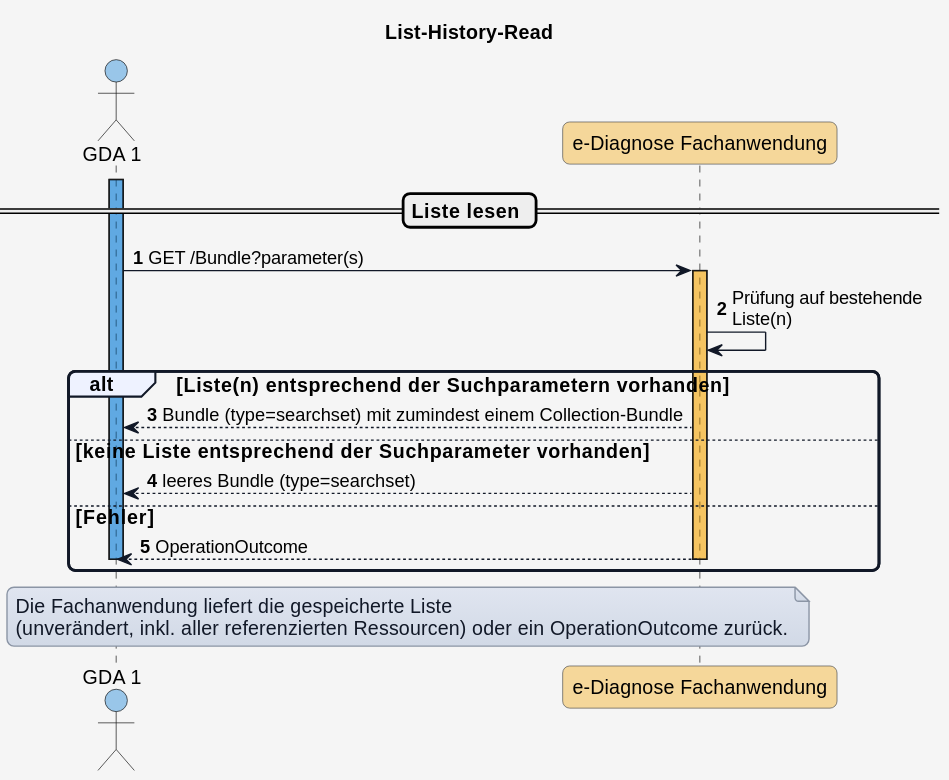
Above: input/images/plantuml/diagram_planhistoryread.svg in HL7Austria/ELGA-e-Diagnose-R4 (PlantUML), before the change.
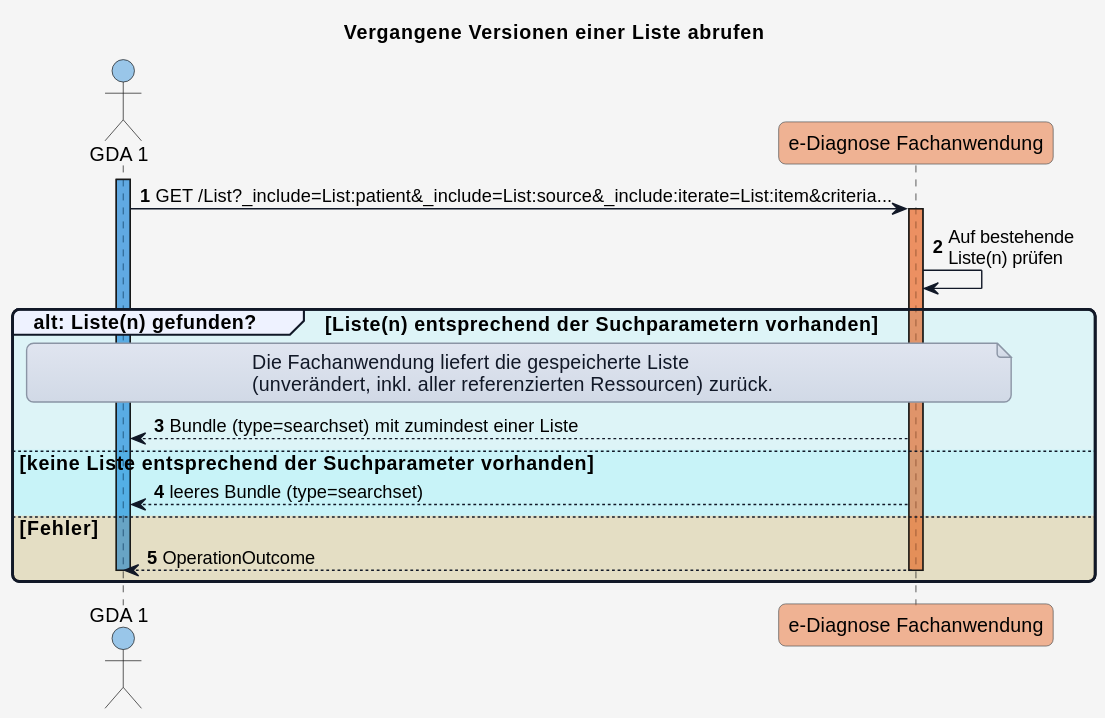
Later version of the same file.

Commit message:
Update basic list interaction diagrams

What changed in the source:
```diff
@@ -1,5 +1,5 @@
 @startuml
-title List-History-Read
+title Vergangene Versionen einer Liste abrufen
 
 skinparam borderColor #000000
 skinparam backgroundColor #f5f5f5
@@ -45,7 +45,7 @@
 !define COLOR_GDA_2    #8764B860
 !define COLOR_PATIENT  #00950560
 !define COLOR_APO      #00B7C360
-!define COLOR_DIAG_FA  #f5a40360
+!define COLOR_DIAG_FA  #E9713280
 !define COLOR_E_REZEPT #E7485660
 
 !define COLOR_OK       #50E6FF25
@@ -57,26 +57,26 @@
 autonumber
 activate GDA_1 COLOR_GDA_1
 
-== Liste lesen ==
-
-
-GDA_1 -> eDiag_FA: GET /Bundle?parameter(s)
+GDA_1 -> eDiag_FA: GET /List?_include=List:patient&_include=List:source&_include:iterate=List:item&criteria...
 
 activate eDiag_FA COLOR_DIAG_FA
-eDiag_FA -> eDiag_FA: Prüfung auf bestehende\nListe(n)
 
-alt Liste(n) entsprechend der Suchparametern vorhanden
-  eDiag_FA --> GDA_1: Bundle (type=searchset) mit zumindest einem Collection-Bundle
-else keine Liste entsprechend der Suchparameter vorhanden
+eDiag_FA -> eDiag_FA: Auf bestehende\nListe(n) prüfen
+
+group COLOR_OK alt: Liste(n) gefunden? [Liste(n) entsprechend der Suchparametern vorhanden]
+
+  note over GDA_1, eDiag_FA
+    Die Fachanwendung liefert die gespeicherte Liste
+    (unverändert, inkl. aller referenzierten Ressourcen) zurück.
+  end note
+
+  eDiag_FA --> GDA_1: Bundle (type=searchset) mit zumindest einer Liste
+
+else COLOR_OK keine Liste entsprechend der Suchparameter vorhanden
   eDiag_FA --> GDA_1: leeres Bundle (type=searchset)
-else Fehler
+else COLOR_ERROR Fehler
   eDiag_FA --> GDA_1: OperationOutcome
   deactivate GDA_1
   deactivate eDiag_FA
 end
-
-note over GDA_1, eDiag_FA
-Die Fachanwendung liefert die gespeicherte Liste
-(unverändert, inkl. aller referenzierten Ressourcen) oder ein OperationOutcome zurück.
-end note
 @enduml
```
